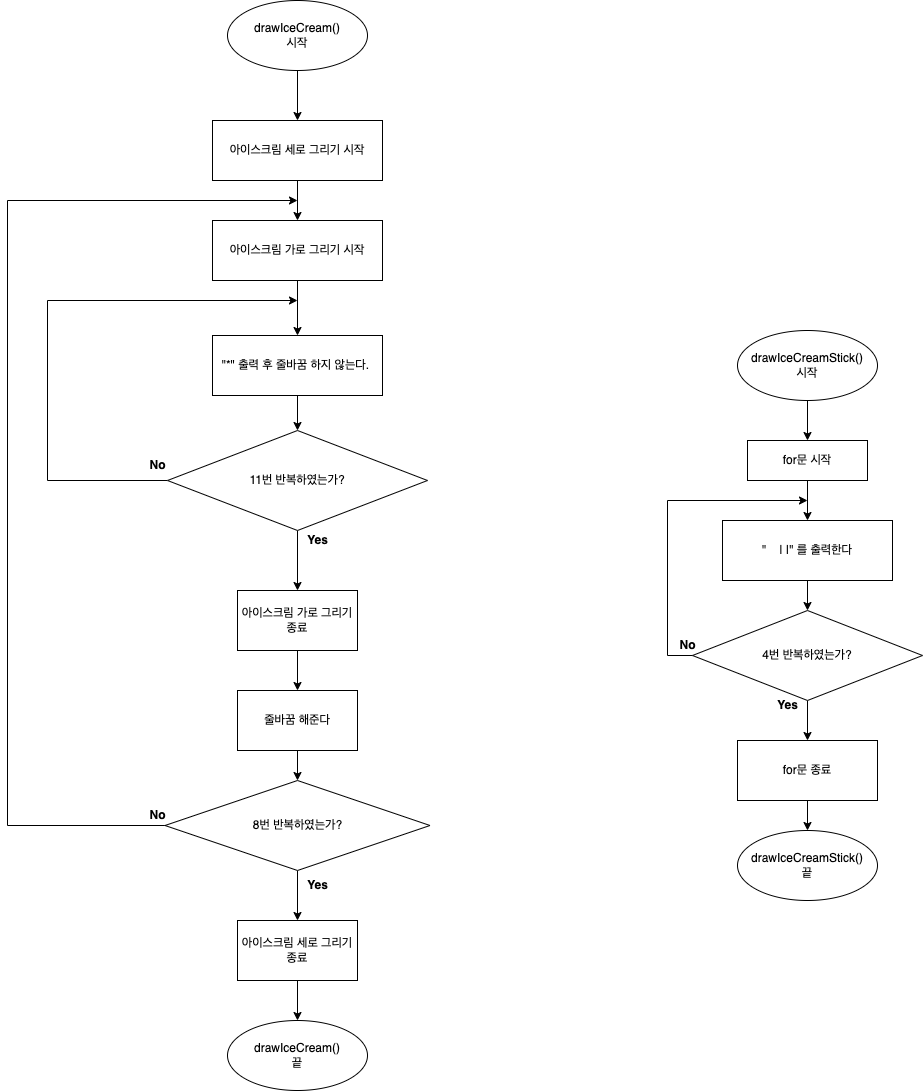
Before: CodeStarterCamp_Week1/step2순서도.png, a diagram exported from draw.io (yagom-academy/swift-starter-Round1). Source tidied: cells renumbered, new cells last; positions are measured from the earlier drawing's top-left corner, leaving out a move shared by most shapes.
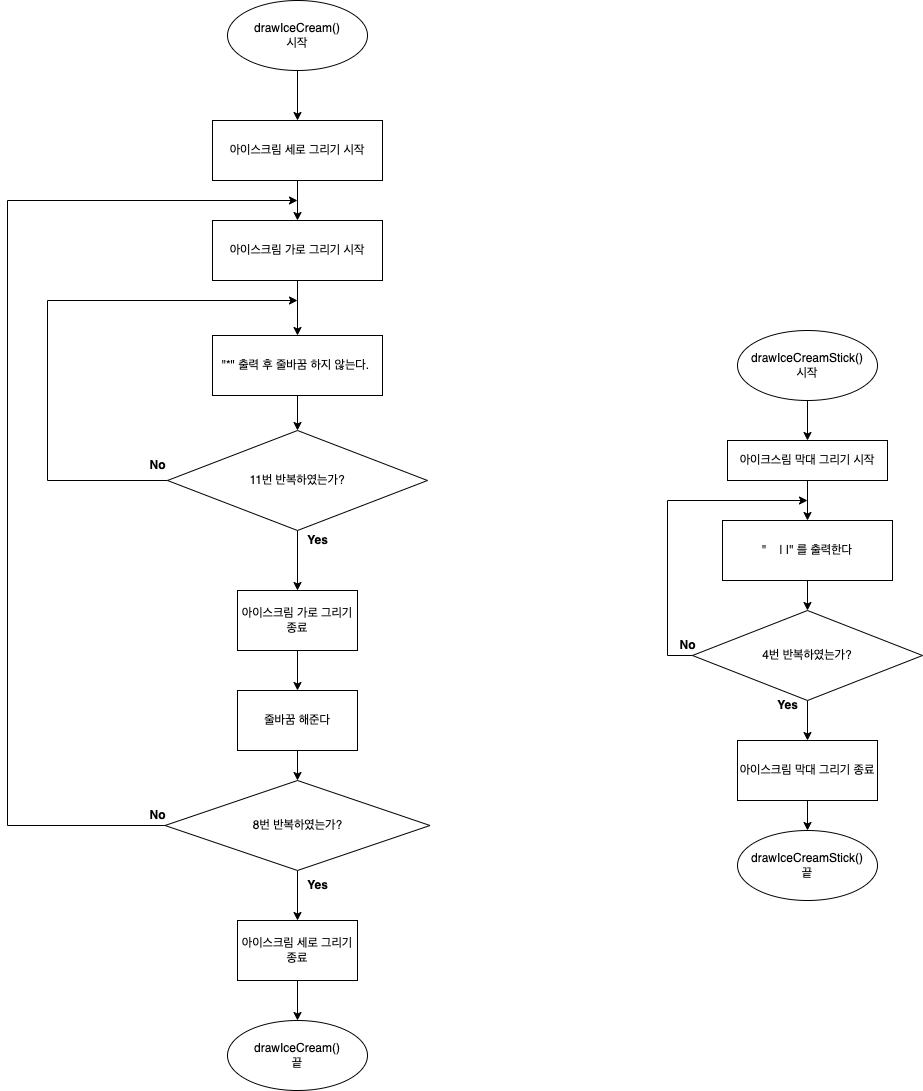
After the change.

Commit message:
step2순서도 수정

Diff of the diagram source:
```diff
@@ -69,8 +69,8 @@
     <mxCell id="19" style="edgeStyle=orthogonalEdgeStyle;rounded=0;jettySize=auto;html=1;strokeColor=default;fontFamily=Helvetica;endArrow=classic;endFill=1;" parent="1" edge="1" source="20" target="22">
       <mxGeometry relative="1" as="geometry" />
     </mxCell>
-    <mxCell id="20" value="for문 시작" style="rounded=0;whiteSpace=wrap;html=1;" parent="1" vertex="1">
-      <mxGeometry x="740" y="440" width="120" height="40" as="geometry" />
+    <mxCell id="20" value="아이크스림 막대 그리기 시작" style="rounded=0;whiteSpace=wrap;html=1;" parent="1" vertex="1">
+      <mxGeometry x="720" y="440" width="160" height="40" as="geometry" />
     </mxCell>
     <mxCell id="21" style="edgeStyle=orthogonalEdgeStyle;rounded=0;jettySize=auto;html=1;strokeColor=default;fontFamily=Helvetica;endArrow=classic;endFill=1;" parent="1" edge="1" source="22" target="24">
       <mxGeometry relative="1" as="geometry" />
@@ -96,7 +96,7 @@
     <mxCell id="26" style="edgeStyle=orthogonalEdgeStyle;rounded=0;jettySize=auto;html=1;" parent="1" edge="1" source="27" target="29">
       <mxGeometry relative="1" as="geometry" />
     </mxCell>
-    <mxCell id="27" value="for문 종료" style="whiteSpace=wrap;html=1;rounded=0;" parent="1" vertex="1">
+    <mxCell id="27" value="아이스크림 막대 그리기 종료" style="whiteSpace=wrap;html=1;rounded=0;" parent="1" vertex="1">
       <mxGeometry x="730" y="740" width="140" height="60" as="geometry" />
     </mxCell>
     <mxCell id="28" value="&lt;b&gt;Yes&lt;/b&gt;" style="text;html=1;align=center;verticalAlign=middle;strokeColor=none;fillColor=none;" parent="1" vertex="1">
```
